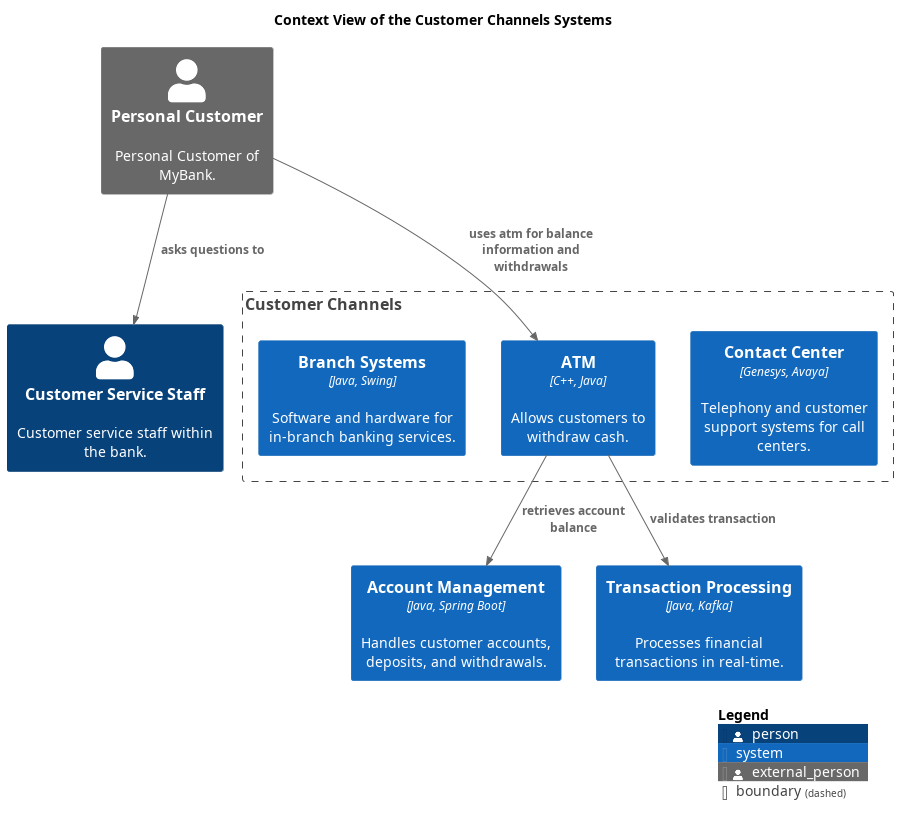
soulspace-org/my-bank-model keeps this PlantUML diagram as docs/mybank/customer-channels/context-view.png. Above is the earlier version. Its diagram source:
```plantuml
@startuml context-view
!include <C4/C4_Context.puml>
!include <awslib14/AWSCommon>
!include <awslib14/AWSC4Integration>
!include <azure/AzureCommon>
!include <azure/AzureC4Integration>
!include <tupadr3/common>


LAYOUT_TOP_DOWN()




title Context View of the Customer Channels Systems
Person(mybank_customerChannels_customerServiceStaff, "Customer Service Staff", $descr="Customer service staff within the bank.")
Person_Ext(mybank_personalCustomer, "Personal Customer", $descr="Personal Customer of MyBank.")
System(mybank_coreBanking_accountManagementSystem, "Account Management", $descr="Handles customer accounts, deposits, and withdrawals.", $type="Java, Spring Boot")
System(mybank_coreBanking_transactionProcessingSystem, "Transaction Processing", $descr="Processes financial transactions in real-time.", $type="Java, Kafka")
Boundary(mybank_customerChannels_contextBoundary, "Customer Channels") {
  System(mybank_customerChannels_contactCenterSystem, "Contact Center", $descr="Telephony and customer support systems for call centers.", $type="Genesys, Avaya")
  System(mybank_customerChannels_atm, "ATM", $descr="Allows customers to withdraw cash.", $type="C++, Java")
  System(mybank_customerChannels_branchSystems, "Branch Systems", $descr="Software and hardware for in-branch banking services.", $type="Java, Swing")
}
Rel(mybank_customerChannels_atm, mybank_coreBanking_accountManagementSystem, "retrieves account balance")
Rel(mybank_customerChannels_atm, mybank_coreBanking_transactionProcessingSystem, "validates transaction")
Rel(mybank_personalCustomer, mybank_customerChannels_customerServiceStaff, "asks questions to")
Rel(mybank_personalCustomer, mybank_customerChannels_atm, "uses atm for balance information and withdrawals")
SHOW_LEGEND()
@enduml
```
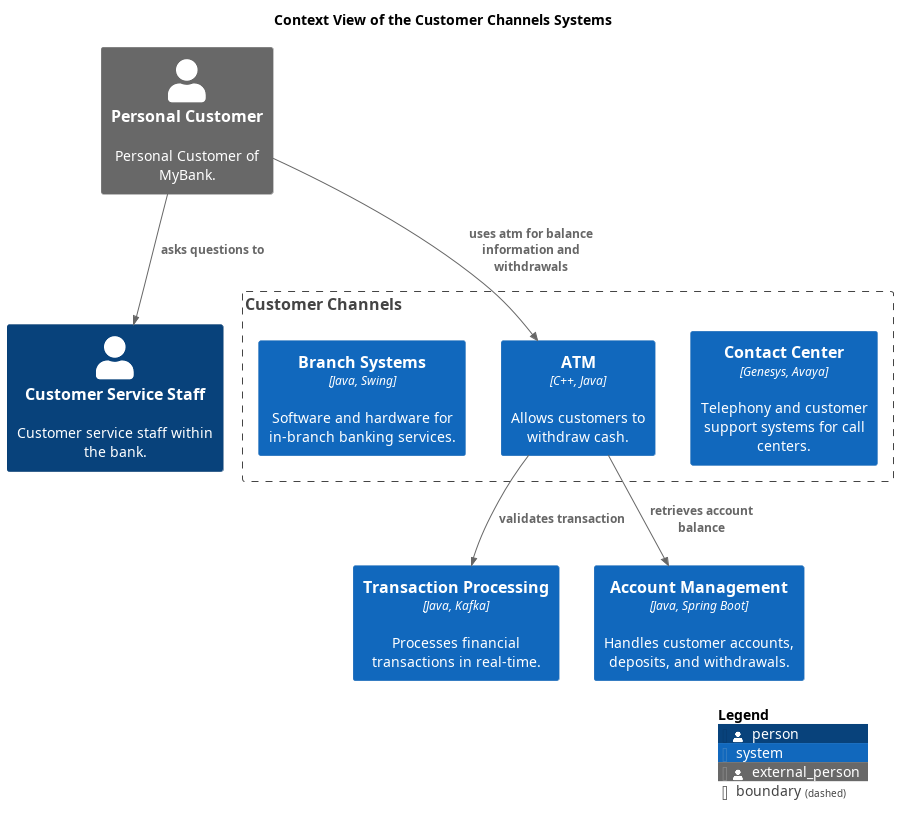
After the commit.

The edit, as a diff of the source:
```diff
@@ -14,9 +14,9 @@
 
 title Context View of the Customer Channels Systems
 Person(mybank_customerChannels_customerServiceStaff, "Customer Service Staff", $descr="Customer service staff within the bank.")
+System(mybank_coreBanking_transactionProcessingSystem, "Transaction Processing", $descr="Processes financial transactions in real-time.", $type="Java, Kafka")
 Person_Ext(mybank_personalCustomer, "Personal Customer", $descr="Personal Customer of MyBank.")
 System(mybank_coreBanking_accountManagementSystem, "Account Management", $descr="Handles customer accounts, deposits, and withdrawals.", $type="Java, Spring Boot")
-System(mybank_coreBanking_transactionProcessingSystem, "Transaction Processing", $descr="Processes financial transactions in real-time.", $type="Java, Kafka")
 Boundary(mybank_customerChannels_contextBoundary, "Customer Channels") {
   System(mybank_customerChannels_contactCenterSystem, "Contact Center", $descr="Telephony and customer support systems for call centers.", $type="Genesys, Avaya")
   System(mybank_customerChannels_atm, "ATM", $descr="Allows customers to withdraw cash.", $type="C++, Java")
```
